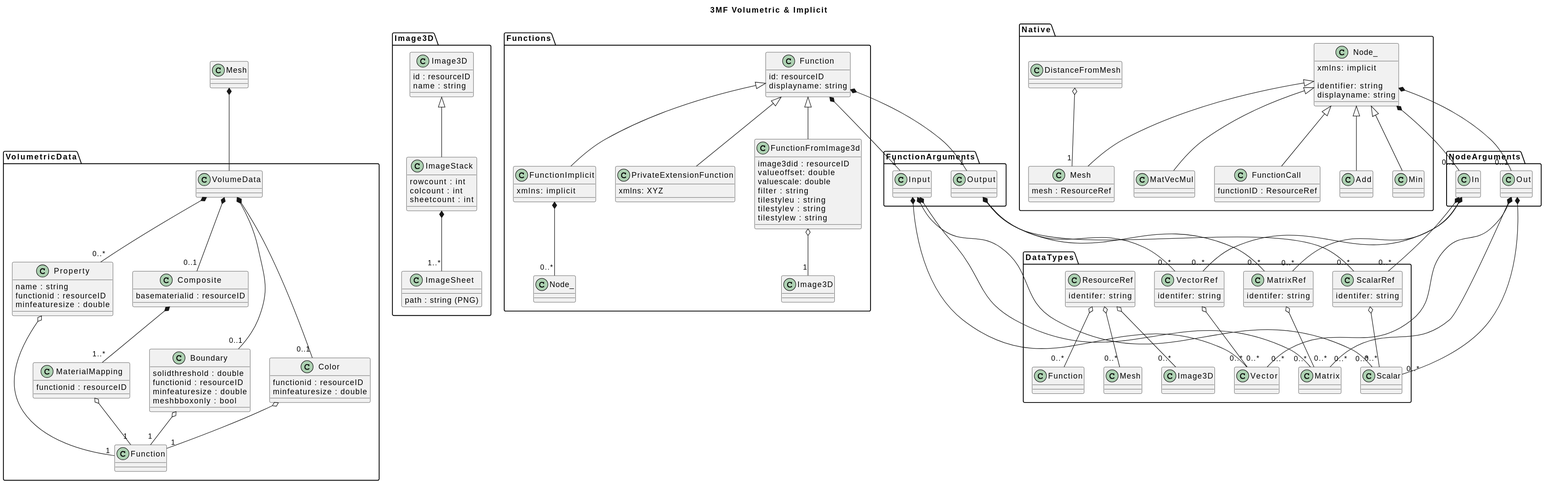
Before: Volumetric class diagram/Volumetric class diagram.svg, a diagram exported from PlantUML (3MFConsortium/spec_volumetric).
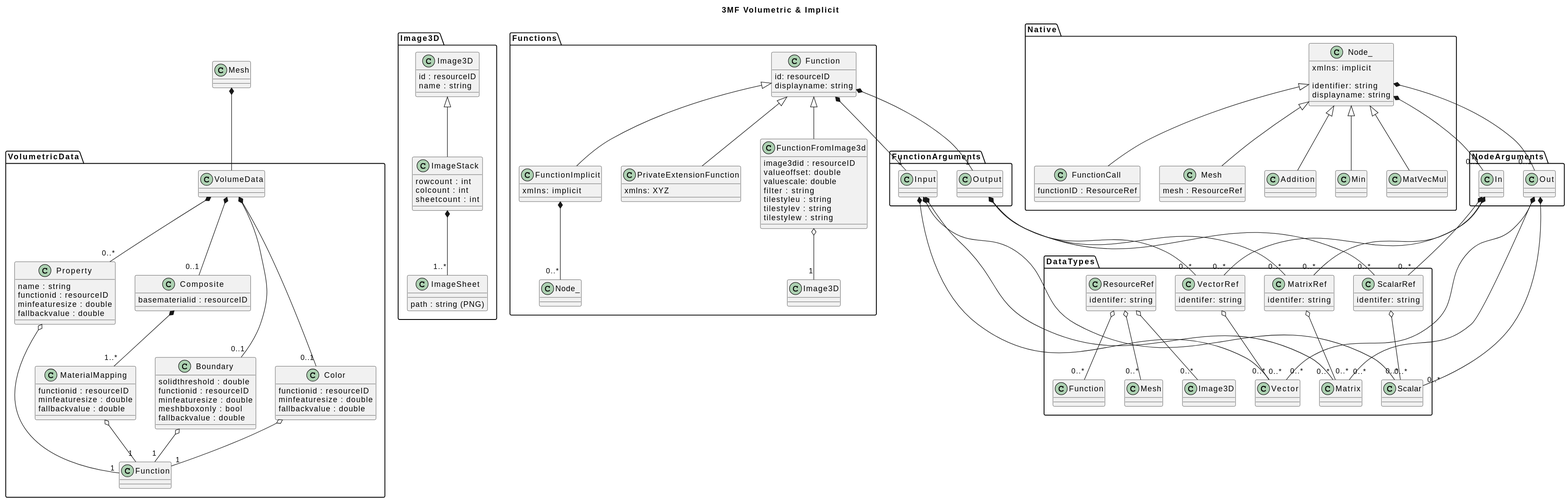
Above is the later version.

Commit message:
Update Volumetric class diagram and image

Diff of the diagram source:
```diff
@@ -139,7 +139,7 @@
         displayname: string
     }
 
-    Class Add extends Node_
+    Class Addition extends Node_
     {
     }
 
@@ -160,7 +160,6 @@
     {
         mesh : ResourceRef
     }
-    DistanceFromMesh o-- "1" Mesh
 
     Node_ *-- "0..1" In
     Node_ *-- "0..1" Out
@@ -176,12 +175,14 @@
         functionid : resourceID
         minfeaturesize : double
         meshbboxonly : bool
+        fallbackvalue : double
     }
 
     Class Color
     {
         functionid : resourceID
         minfeaturesize : double
+        fallbackvalue : double
     }
 
     Class Property
@@ -189,6 +190,7 @@
         name : string
         functionid : resourceID
         minfeaturesize : double
+        fallbackvalue : double
     }
 
     Class Composite
@@ -199,6 +201,8 @@
     Class MaterialMapping
     {
         functionid : resourceID
+        minfeaturesize : double
+        fallbackvalue : double
     }
 
     VolumeData *-- "0..1" Boundary
```
